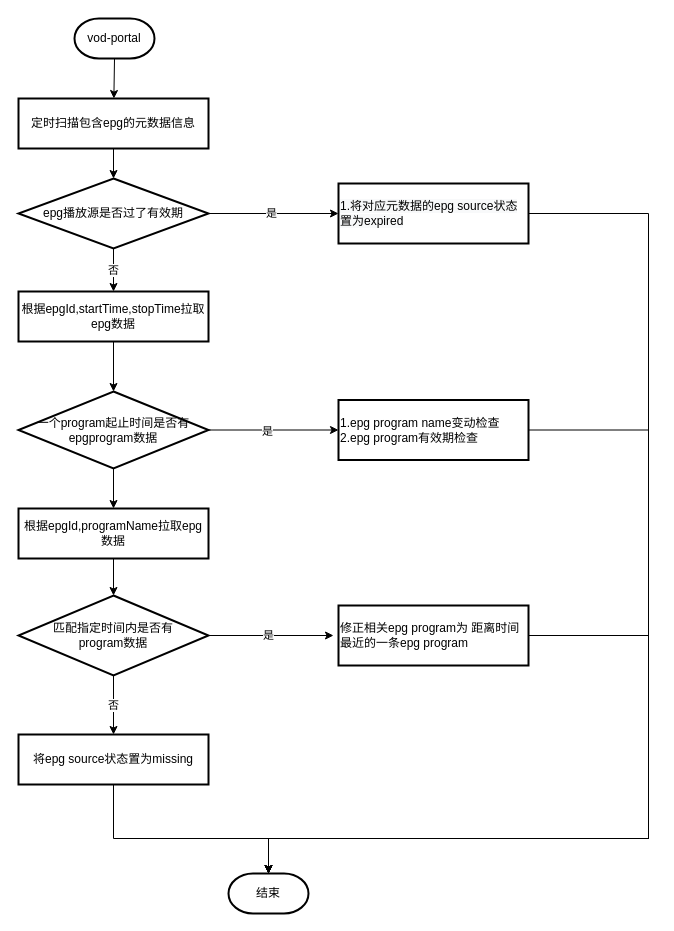
The draw.io diagram page "6.定时更新epg数据" (6 of 6) of liveEPG转VOD.drawio in beixiaohai/goose, before the edit. Source tidied: cells renumbered, new cells numbered last; positions are measured from the earlier drawing's top-left corner, leaving out a move shared by most shapes. Both pictures are drawn from the tidied source at 100%, with x=0, y=0 at pixel (18, 18).
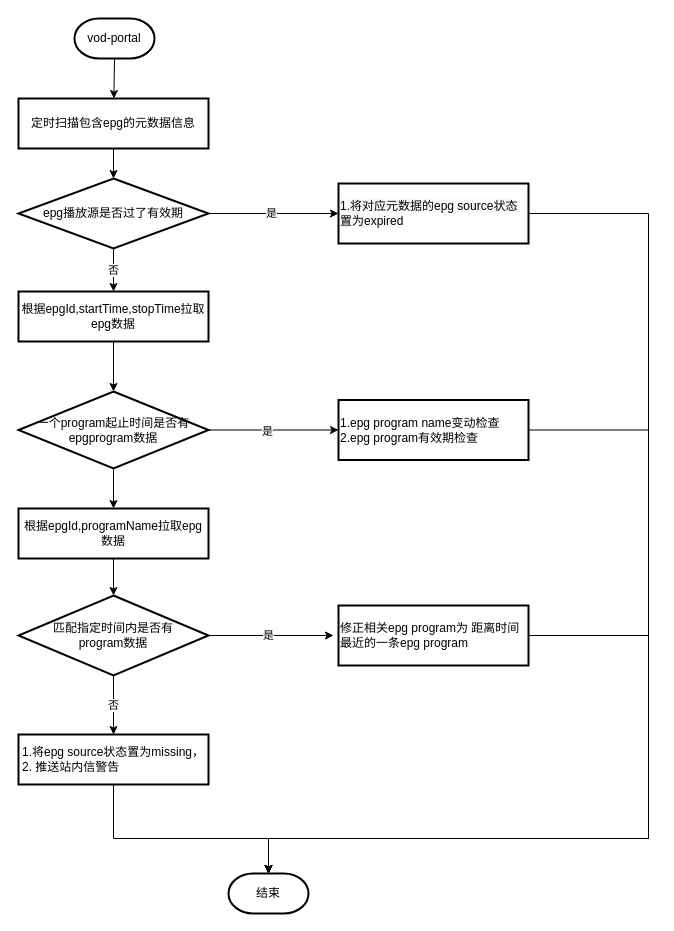
Above is the later version.

Diff of the diagram source:
```diff
@@
-    <mxCell id="21" value="将epg source状态置为missing" style="rounded=0;whiteSpace=wrap;html=1;absoluteArcSize=1;arcSize=14;strokeWidth=2;" parent="1" vertex="1">
+    <mxCell id="21" value="&lt;div style=&quot;text-align: left;&quot;&gt;&lt;span style=&quot;background-color: initial;&quot;&gt;1.将epg source状态置为missing，&lt;/span&gt;&lt;/div&gt;&lt;div style=&quot;text-align: left;&quot;&gt;&lt;span style=&quot;background-color: initial;&quot;&gt;2. 推送站内信警告&lt;/span&gt;&lt;/div&gt;" style="rounded=0;whiteSpace=wrap;html=1;absoluteArcSize=1;arcSize=14;strokeWidth=2;" parent="1" vertex="1">
       <mxGeometry y="716" width="190" height="50" as="geometry" />
     </mxCell>
```
